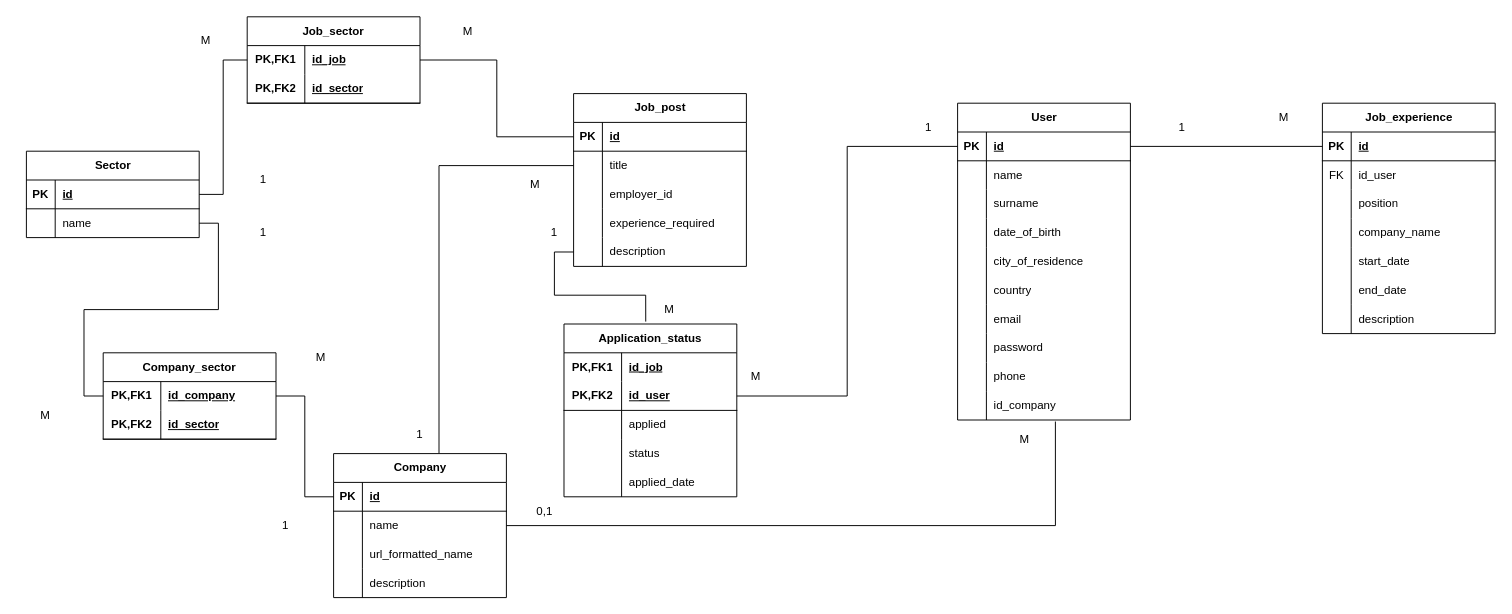
The draw.io diagram postings_database.drawio in TheSlashVII/postings, before the edit. Source tidied: cells renumbered, new cells numbered last; positions are measured from the earlier drawing's top-left corner, leaving out a move shared by most shapes. Both pictures are drawn from the tidied source at 96%, with x=0, y=0 at pixel (16, 16).
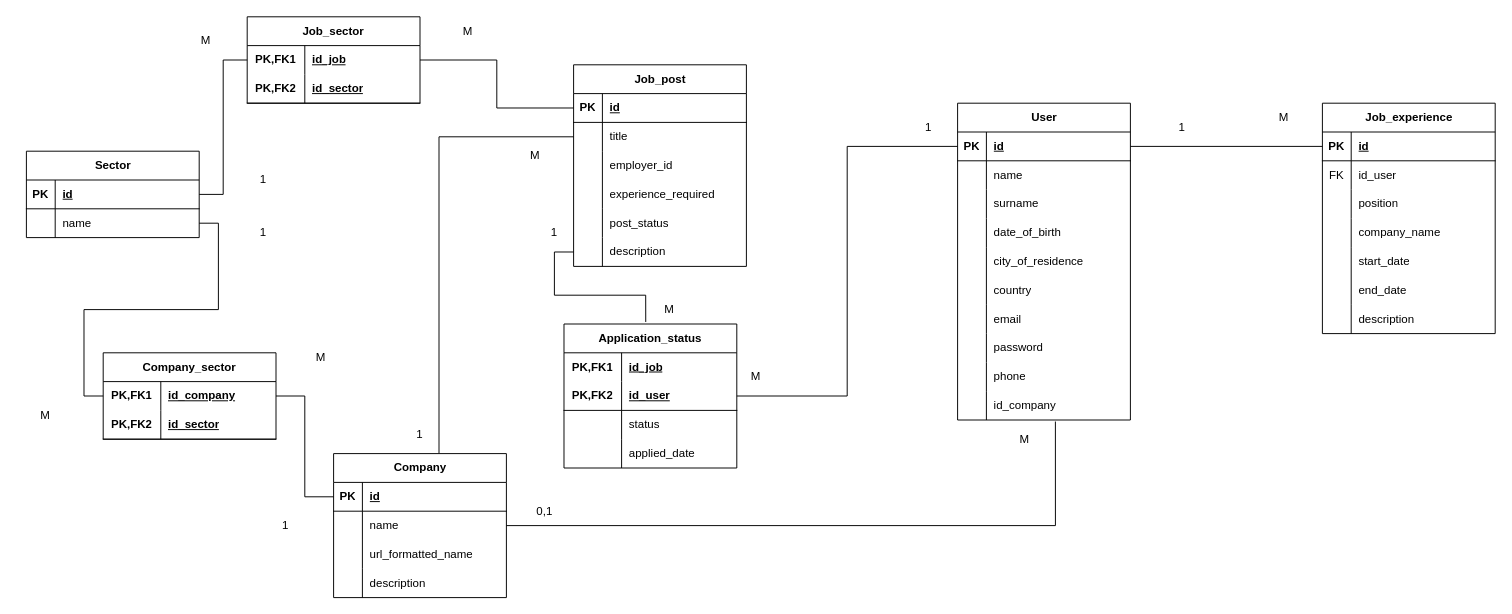
After the change.

The edit, as a diff of the source:
```diff
@@
     <mxCell id="33" value="Job_post" style="shape=table;startSize=30;childLayout=tableLayout;rowLines=0;fontStyle=1;align=center;html=1;" parent="1" vertex="1">
-      <mxGeometry x="580" y="80" width="180" height="180" as="geometry" />
+      <mxGeometry x="580" y="50" width="180" height="210" as="geometry" />
     </mxCell>
@@
+    <mxCell id="147" style="shape=tableRow;horizontal=0;startSize=0;swimlaneHead=0;swimlaneBody=0;fillColor=none;top=0;left=0;right=0;bottom=0;" parent="33" vertex="1">
+      <mxGeometry y="150" width="180" height="30" as="geometry" />
+    </mxCell>
+    <mxCell id="148" style="shape=partialRectangle;fillColor=none;top=0;left=0;bottom=0;right=0;overflow=hidden;whiteSpace=wrap;html=1;" parent="147" vertex="1">
+      <mxGeometry width="30" height="30" as="geometry" />
+    </mxCell>
+    <mxCell id="149" value="post_status" style="shape=partialRectangle;fillColor=none;top=0;left=0;bottom=0;right=0;align=left;spacingLeft=6;overflow=hidden;whiteSpace=wrap;html=1;" parent="147" vertex="1">
+      <mxGeometry x="30" width="150" height="30" as="geometry" />
+    </mxCell>
     <mxCell id="46" style="shape=tableRow;horizontal=0;startSize=0;swimlaneHead=0;swimlaneBody=0;fillColor=none;points=[[0,0.5],[1,0.5]];portConstraint=eastwest;top=0;left=0;right=0;bottom=0;" parent="33" vertex="1">
-      <mxGeometry y="150" width="180" height="30" as="geometry" />
+      <mxGeometry y="180" width="180" height="30" as="geometry" />
     </mxCell>
@@
     <mxCell id="78" value="Application_status" style="shape=table;startSize=30;childLayout=tableLayout;rowLines=0;fontStyle=1;align=center;html=1;whiteSpace=wrap;" parent="1" vertex="1">
-      <mxGeometry x="570" y="320" width="180" height="180" as="geometry" />
+      <mxGeometry x="570" y="320" width="180" height="150" as="geometry" />
     </mxCell>
@@
-    <mxCell id="85" style="shape=tableRow;horizontal=0;startSize=0;swimlaneHead=0;swimlaneBody=0;fillColor=none;top=0;left=0;right=0;bottom=0;html=1;" parent="78" vertex="1">
-      <mxGeometry y="90" width="180" height="30" as="geometry" />
-    </mxCell>
-    <mxCell id="86" style="shape=partialRectangle;fillColor=none;top=0;left=0;bottom=0;right=0;overflow=hidden;html=1;whiteSpace=wrap;" parent="85" vertex="1">
-      <mxGeometry width="60" height="30" as="geometry" />
-    </mxCell>
-    <mxCell id="87" value="applied" style="shape=partialRectangle;fillColor=none;top=0;left=0;bottom=0;right=0;align=left;spacingLeft=6;overflow=hidden;html=1;whiteSpace=wrap;" parent="85" vertex="1">
-      <mxGeometry x="60" width="120" height="30" as="geometry" />
-    </mxCell>
     <mxCell id="88" style="shape=tableRow;horizontal=0;startSize=0;swimlaneHead=0;swimlaneBody=0;fillColor=none;top=0;left=0;right=0;bottom=0;html=1;" parent="78" vertex="1">
-      <mxGeometry y="120" width="180" height="30" as="geometry" />
+      <mxGeometry y="90" width="180" height="30" as="geometry" />
     </mxCell>
@@
     <mxCell id="91" style="shape=tableRow;horizontal=0;startSize=0;swimlaneHead=0;swimlaneBody=0;fillColor=none;top=0;left=0;right=0;bottom=0;html=1;" parent="78" vertex="1">
-      <mxGeometry y="150" width="180" height="30" as="geometry" />
+      <mxGeometry y="120" width="180" height="30" as="geometry" />
     </mxCell>
@@
     <mxCell id="139" value="M" style="text;html=1;whiteSpace=wrap;strokeColor=none;fillColor=none;align=center;verticalAlign=middle;rounded=0;" parent="1" vertex="1">
-      <mxGeometry x="510" y="160" width="60" height="30" as="geometry" />
+      <mxGeometry x="510" y="130" width="60" height="30" as="geometry" />
     </mxCell>
```
